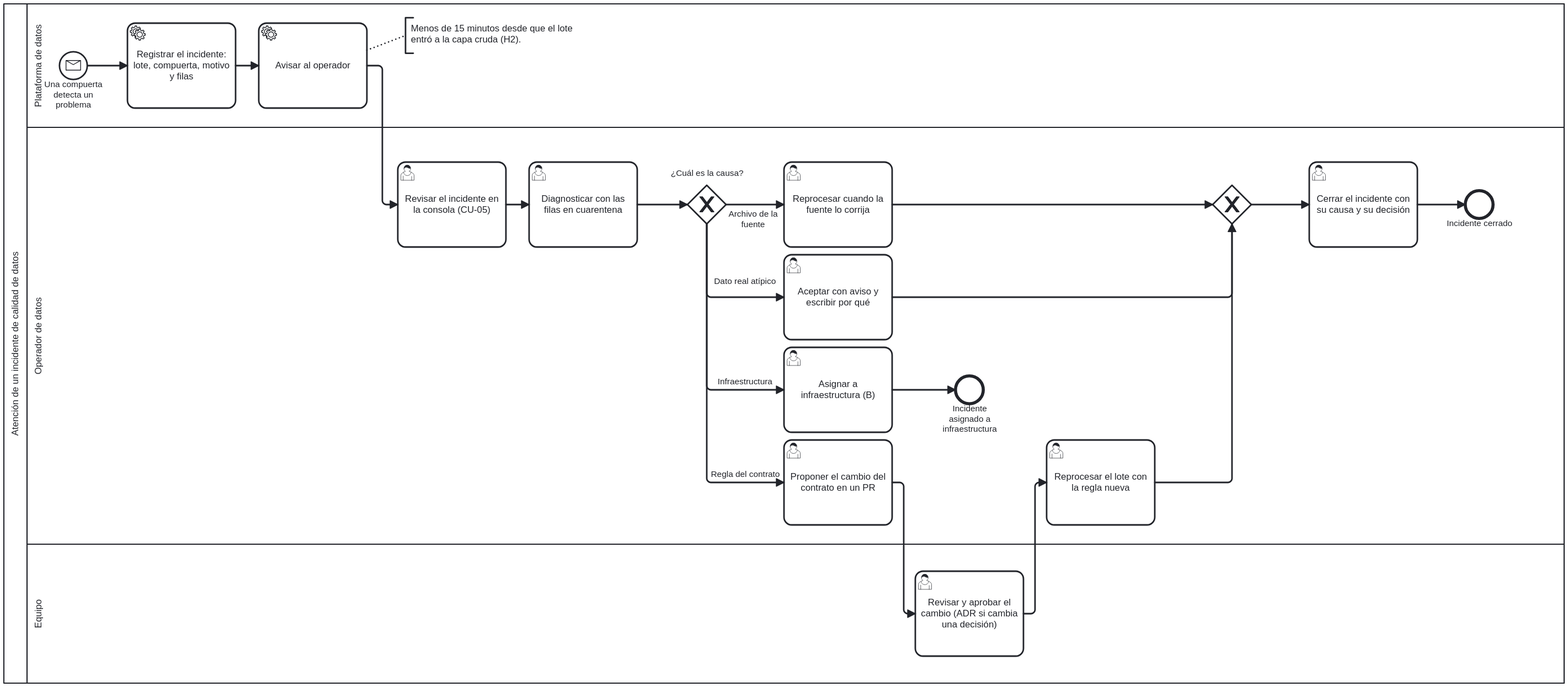
arik36/canastamx keeps this BPMN diagram as docs/analisis/bpmn/incidentes.svg. Above is the earlier version. Its source is kept beside it as docs/analisis/bpmn/incidentes.bpmn. Ids are renumbered.
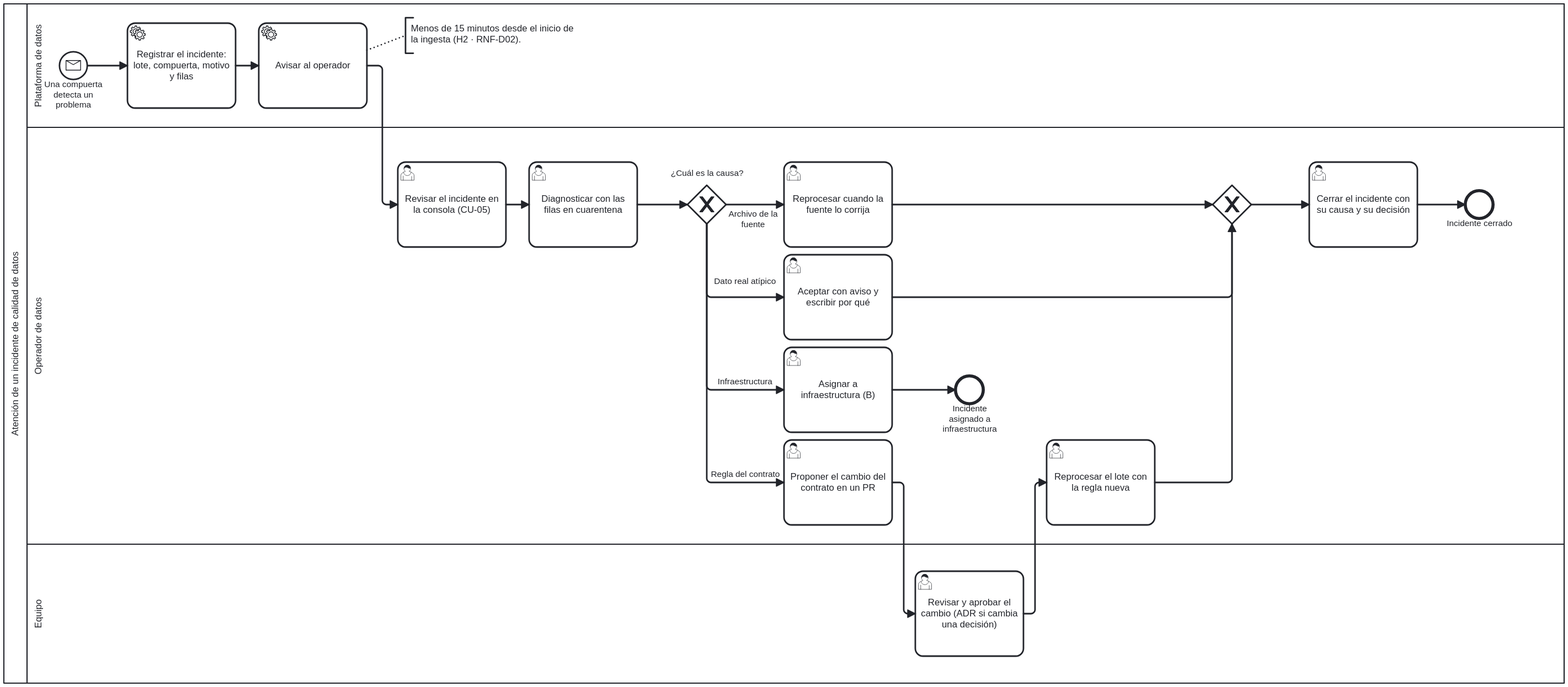
The same diagram one commit later.

What changed in the source:
```diff
@@ -111,7 +111,7 @@
     <bpmn:sequenceFlow id="g15" sourceRef="Reprocesar" targetRef="G_union" />
     <bpmn:sequenceFlow id="g16" sourceRef="G_union" targetRef="Cerrar" />
     <bpmn:sequenceFlow id="g17" sourceRef="Cerrar" targetRef="Fin_cerrado" />
-    <bpmn:textAnnotation id="Nota_H2"><bpmn:text>Menos de 15 minutos desde que el lote entró a la capa cruda (H2).</bpmn:text></bpmn:textAnnotation>
+    <bpmn:textAnnotation id="Nota_H2"><bpmn:text>Menos de 15 minutos desde el inicio de la ingesta (H2 · RNF-D02).</bpmn:text></bpmn:textAnnotation>
     <bpmn:association id="Nota_H2_a" sourceRef="Avisar" targetRef="Nota_H2" />
   </bpmn:process>
   <bpmndi:BPMNDiagram id="Diagrama">
```
